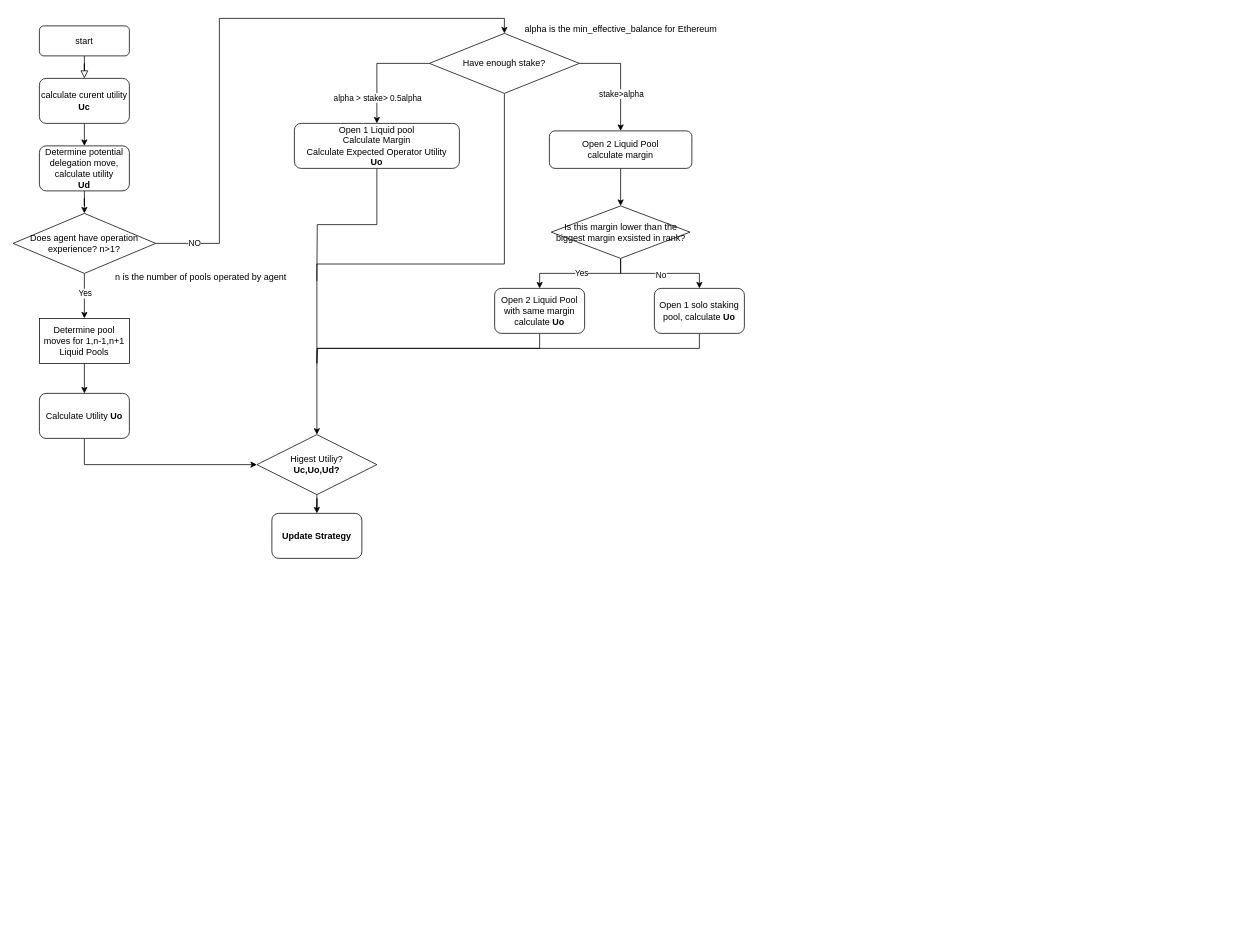
Earlier version of the draw.io diagram flow.drawio (miyinan/Rewards-Sharing-Simulation-Engine). Source tidied: cells renumbered, new cells numbered last; positions are measured from the earlier drawing's top-left corner, leaving out a move shared by most shapes. Both pictures are drawn from the tidied source at 75%, with x=0, y=0 at pixel (13, 18).
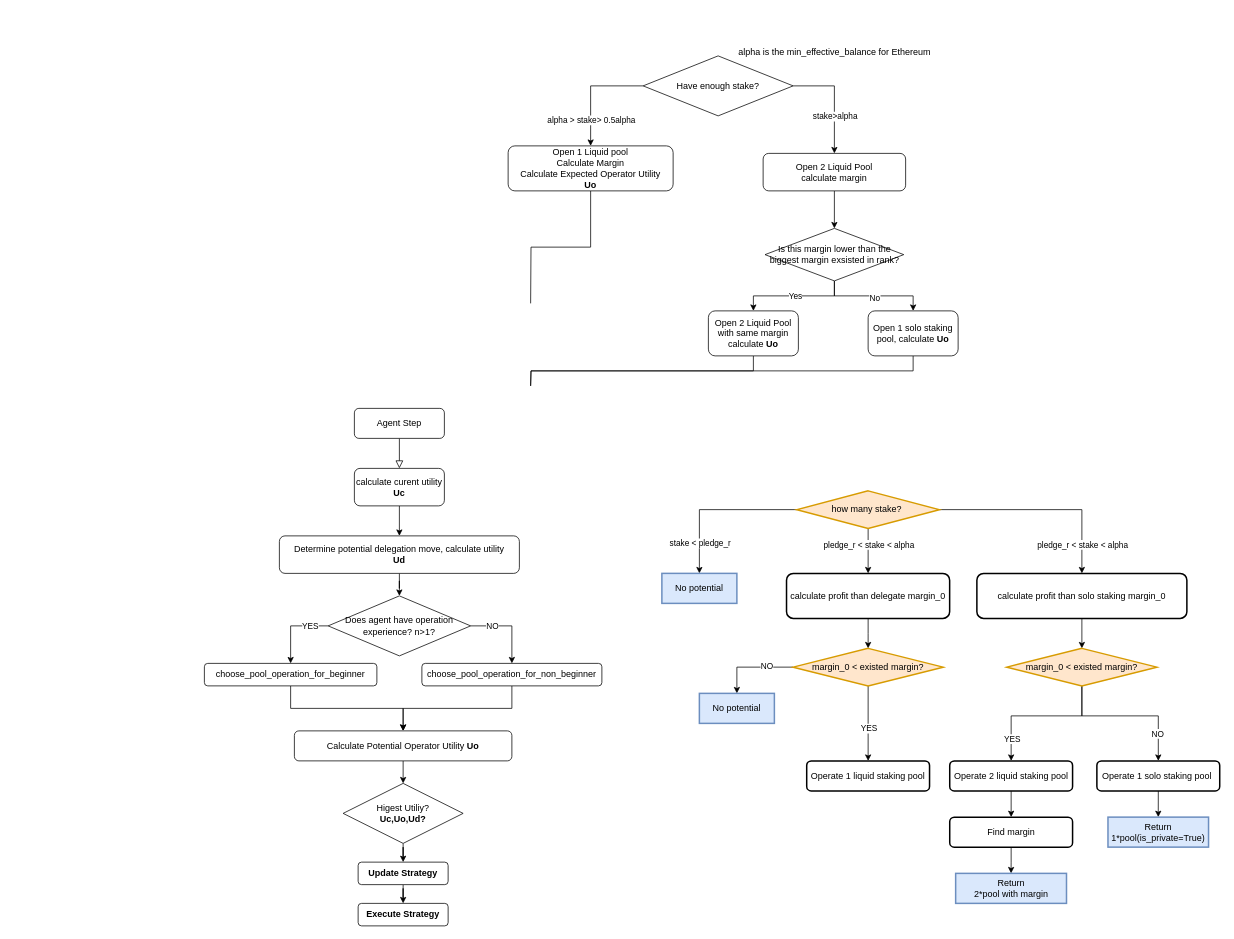
The same page after the edit.

The edit, as a diff of the source:
```diff
@@
-    <mxCell id="3" value="start" style="rounded=1;whiteSpace=wrap;html=1;fontSize=12;glass=0;strokeWidth=1;shadow=0;" parent="1" vertex="1">
-      <mxGeometry x="35" y="10" width="120" height="40" as="geometry" />
+    <mxCell id="3" value="Agent Step" style="rounded=1;whiteSpace=wrap;html=1;fontSize=12;glass=0;strokeWidth=1;shadow=0;" parent="1" vertex="1">
+      <mxGeometry x="455" y="520" width="120" height="40" as="geometry" />
     </mxCell>
@@
     <mxCell id="5" value="calculate curent utility&lt;br&gt;&lt;b&gt;Uc&lt;/b&gt;" style="rounded=1;whiteSpace=wrap;html=1;" parent="1" vertex="1">
-      <mxGeometry x="35" y="80" width="120" height="60" as="geometry" />
+      <mxGeometry x="455" y="600" width="120" height="50" as="geometry" />
     </mxCell>
@@
     <mxCell id="7" value="Determine potential delegation move, calculate utility&lt;br&gt;&lt;b&gt;Ud&lt;/b&gt;" style="rounded=1;whiteSpace=wrap;html=1;" parent="1" vertex="1">
-      <mxGeometry x="35" y="170" width="120" height="60" as="geometry" />
+      <mxGeometry x="355" y="690" width="320" height="50" as="geometry" />
     </mxCell>
-    <mxCell id="8" style="edgeStyle=orthogonalEdgeStyle;rounded=0;jettySize=auto;html=1;" parent="1" edge="1" source="12" target="34">
-      <mxGeometry relative="1" as="geometry" />
-    </mxCell>
-    <mxCell id="9" value="Yes" style="edgeLabel;html=1;align=center;verticalAlign=middle;" parent="8" vertex="1">
-      <mxGeometry x="-0.15" relative="1" as="geometry" />
-    </mxCell>
-    <mxCell id="10" style="edgeStyle=orthogonalEdgeStyle;rounded=0;jettySize=auto;html=1;exitX=1;exitY=0.5;exitDx=0;exitDy=0;entryX=0.5;entryY=0;entryDx=0;entryDy=0;" parent="1" edge="1" source="12" target="18">
-      <mxGeometry relative="1" as="geometry">
-        <Array as="points">
-          <mxPoint x="275" y="300" />
-          <mxPoint x="275" />
-          <mxPoint x="655" />
-        </Array>
-      </mxGeometry>
-    </mxCell>
-    <mxCell id="11" value="NO" style="edgeLabel;html=1;align=center;verticalAlign=middle;" parent="10" vertex="1">
-      <mxGeometry x="-0.87" y="1" relative="1" as="geometry" />
-    </mxCell>
+    <mxCell id="42" style="edgeStyle=orthogonalEdgeStyle;rounded=0;jettySize=auto;html=1;exitX=0;exitY=0.5;exitDx=0;exitDy=0;entryX=0.5;entryY=0;entryDx=0;entryDy=0;" parent="1" edge="1" source="12" target="80">
+      <mxGeometry relative="1" as="geometry" />
+    </mxCell>
+    <mxCell id="43" value="YES" style="edgeLabel;html=1;align=center;verticalAlign=middle;" parent="42" vertex="1">
+      <mxGeometry x="-0.05" y="-1" relative="1" as="geometry">
+        <mxPoint x="23" y="1" as="offset" />
+      </mxGeometry>
+    </mxCell>
+    <mxCell id="44" style="edgeStyle=orthogonalEdgeStyle;rounded=0;jettySize=auto;html=1;exitX=1;exitY=0.5;exitDx=0;exitDy=0;entryX=0.5;entryY=0;entryDx=0;entryDy=0;" parent="1" edge="1" source="12" target="82">
+      <mxGeometry relative="1" as="geometry" />
+    </mxCell>
+    <mxCell id="45" value="NO" style="edgeLabel;html=1;align=center;verticalAlign=middle;" parent="44" vertex="1">
+      <mxGeometry x="-0.61" y="3" relative="1" as="geometry">
+        <mxPoint x="8" y="3" as="offset" />
+      </mxGeometry>
+    </mxCell>
     <mxCell id="12" value="Does agent have operation &lt;br&gt;experience? n&amp;gt;1?" style="rhombus;whiteSpace=wrap;html=1;" parent="1" vertex="1">
-      <mxGeometry y="260" width="190" height="80" as="geometry" />
+      <mxGeometry x="420" y="770" width="190" height="80" as="geometry" />
     </mxCell>
     <mxCell id="13" style="edgeStyle=orthogonalEdgeStyle;rounded=0;jettySize=auto;html=1;entryX=0.5;entryY=0;entryDx=0;entryDy=0;" parent="1" edge="1" source="18" target="22">
       <mxGeometry relative="1" as="geometry">
         <Array as="points">
-          <mxPoint x="485" y="60" />
-          <mxPoint x="485" y="140" />
+          <mxPoint x="770" y="90" />
+          <mxPoint x="770" y="170" />
         </Array>
       </mxGeometry>
     </mxCell>
@@
-    <mxCell id="17" style="edgeStyle=orthogonalEdgeStyle;rounded=0;jettySize=auto;html=1;exitX=0.5;exitY=1;exitDx=0;exitDy=0;entryX=0.5;entryY=0;entryDx=0;entryDy=0;" parent="1" edge="1" source="18" target="38">
-      <mxGeometry relative="1" as="geometry" />
-    </mxCell>
     <mxCell id="18" value="Have enough stake?" style="rhombus;whiteSpace=wrap;html=1;" parent="1" vertex="1">
-      <mxGeometry x="555" y="20" width="200" height="80" as="geometry" />
+      <mxGeometry x="840" y="50" width="200" height="80" as="geometry" />
     </mxCell>
@@
     <mxCell id="20" value="Open 2 Liquid Pool&lt;br&gt;calculate margin" style="rounded=1;whiteSpace=wrap;html=1;" parent="1" vertex="1">
-      <mxGeometry x="715" y="150" width="190" height="50" as="geometry" />
+      <mxGeometry x="1000" y="180" width="190" height="50" as="geometry" />
     </mxCell>
     <mxCell id="21" style="edgeStyle=orthogonalEdgeStyle;rounded=0;jettySize=auto;html=1;exitX=0.5;exitY=1;exitDx=0;exitDy=0;endArrow=none;endFill=0;" parent="1" edge="1" source="22">
       <mxGeometry relative="1" as="geometry">
-        <mxPoint x="405" y="350" as="targetPoint" />
+        <mxPoint x="690" y="380" as="targetPoint" />
       </mxGeometry>
     </mxCell>
     <mxCell id="22" value="&lt;font style=&quot;font-size: 12px;&quot;&gt;&lt;font style=&quot;font-size: 12px;&quot;&gt;Open 1 Liquid pool&lt;br&gt;Calculate Margin&lt;br&gt;Calculate Expected Operator Utility &lt;br&gt;&lt;/font&gt;&lt;b&gt;Uo&lt;/b&gt;&lt;/font&gt;" style="rounded=1;whiteSpace=wrap;html=1;" parent="1" vertex="1">
-      <mxGeometry x="375" y="140" width="220" height="60" as="geometry" />
+      <mxGeometry x="660" y="170" width="220" height="60" as="geometry" />
     </mxCell>
@@
     <mxCell id="27" value="Is this margin lower than the biggest margin exsisted in rank?" style="rhombus;whiteSpace=wrap;html=1;" parent="1" vertex="1">
-      <mxGeometry x="717.5" y="250" width="185" height="70" as="geometry" />
+      <mxGeometry x="1002.5" y="280" width="185" height="70" as="geometry" />
     </mxCell>
     <mxCell id="28" style="edgeStyle=orthogonalEdgeStyle;rounded=0;jettySize=auto;html=1;exitX=0.5;exitY=1;exitDx=0;exitDy=0;horizontal=1;startArrow=none;startFill=0;endArrow=none;endFill=0;" parent="1" edge="1" source="29">
       <mxGeometry relative="1" as="geometry">
-        <mxPoint x="405" y="460" as="targetPoint" />
+        <mxPoint x="690" y="490" as="targetPoint" />
       </mxGeometry>
     </mxCell>
     <mxCell id="29" value="Open 2 Liquid Pool with same margin&lt;br&gt;calculate &lt;b&gt;Uo&lt;/b&gt;" style="rounded=1;whiteSpace=wrap;html=1;" parent="1" vertex="1">
-      <mxGeometry x="642" y="360" width="120" height="60" as="geometry" />
+      <mxGeometry x="927" y="390" width="120" height="60" as="geometry" />
     </mxCell>
     <mxCell id="30" style="edgeStyle=orthogonalEdgeStyle;rounded=0;jettySize=auto;html=1;exitX=0.5;exitY=1;exitDx=0;exitDy=0;endArrow=none;endFill=0;" parent="1" edge="1" source="31">
       <mxGeometry relative="1" as="geometry">
-        <mxPoint x="405" y="460" as="targetPoint" />
+        <mxPoint x="690" y="490" as="targetPoint" />
       </mxGeometry>
     </mxCell>
     <mxCell id="31" value="Open 1 solo staking pool, calculate &lt;b&gt;Uo&lt;/b&gt;" style="rounded=1;whiteSpace=wrap;html=1;" parent="1" vertex="1">
-      <mxGeometry x="855" y="360" width="120" height="60" as="geometry" />
+      <mxGeometry x="1140" y="390" width="120" height="60" as="geometry" />
     </mxCell>
     <mxCell id="32" style="edgeStyle=orthogonalEdgeStyle;rounded=0;orthogonalLoop=1;jettySize=auto;html=1;entryX=0.5;entryY=0;entryDx=0;entryDy=0;" parent="1" edge="1">
       <mxGeometry relative="1" as="geometry">
-        <mxPoint x="95" y="380" as="sourcePoint" />
-        <mxPoint x="95" y="380" as="targetPoint" />
+        <mxPoint x="515" y="890" as="sourcePoint" />
+        <mxPoint x="515" y="890" as="targetPoint" />
       </mxGeometry>
     </mxCell>
-    <mxCell id="33" style="edgeStyle=orthogonalEdgeStyle;rounded=0;jettySize=auto;html=1;" parent="1" edge="1" source="34" target="36">
-      <mxGeometry relative="1" as="geometry" />
-    </mxCell>
-    <mxCell id="34" value="Determine pool moves for 1,n-1,n+1 Liquid Pools" style="whiteSpace=wrap;html=1;" parent="1" vertex="1">
-      <mxGeometry x="35" y="400" width="120" height="60" as="geometry" />
-    </mxCell>
-    <mxCell id="35" style="edgeStyle=orthogonalEdgeStyle;rounded=0;jettySize=auto;html=1;exitX=0.5;exitY=1;exitDx=0;exitDy=0;entryX=0;entryY=0.5;entryDx=0;entryDy=0;" parent="1" edge="1" source="36" target="38">
+    <mxCell id="35" style="edgeStyle=orthogonalEdgeStyle;rounded=0;jettySize=auto;html=1;exitX=0.5;exitY=1;exitDx=0;exitDy=0;entryX=0.5;entryY=0;entryDx=0;entryDy=0;" parent="1" edge="1" source="36" target="38">
       <mxGeometry relative="1" as="geometry" />
     </mxCell>
-    <mxCell id="36" value="Calculate Utility &lt;b&gt;Uo&lt;/b&gt;" style="rounded=1;whiteSpace=wrap;html=1;" parent="1" vertex="1">
-      <mxGeometry x="35" y="500" width="120" height="60" as="geometry" />
+    <mxCell id="36" value="Calculate Potential Operator Utility &lt;b&gt;Uo&lt;/b&gt;" style="rounded=1;whiteSpace=wrap;html=1;" parent="1" vertex="1">
+      <mxGeometry x="375" y="950" width="290" height="40" as="geometry" />
     </mxCell>
-    <mxCell id="37" style="edgeStyle=orthogonalEdgeStyle;rounded=0;jettySize=auto;html=1;" parent="1" edge="1" source="38" target="41">
+    <mxCell id="37" style="edgeStyle=orthogonalEdgeStyle;rounded=0;jettySize=auto;html=1;exitX=0.5;exitY=1;exitDx=0;exitDy=0;" parent="1" edge="1" source="38" target="41">
       <mxGeometry relative="1" as="geometry" />
     </mxCell>
     <mxCell id="38" value="Higest Utiliy?&lt;br&gt;&lt;b&gt;Uc,Uo,Ud?&lt;/b&gt;" style="rhombus;whiteSpace=wrap;html=1;" parent="1" vertex="1">
-      <mxGeometry x="325" y="555" width="160" height="80" as="geometry" />
+      <mxGeometry x="440" y="1020" width="160" height="80" as="geometry" />
     </mxCell>
     <mxCell id="39" value="alpha is the min_effective_balance for Ethereum" style="text;html=1;align=center;verticalAlign=middle;strokeColor=none;fillColor=none;" parent="1" vertex="1">
-      <mxGeometry x="670" width="280" height="30" as="geometry" />
+      <mxGeometry x="955" y="30" width="280" height="30" as="geometry" />
     </mxCell>
-    <mxCell id="40" value="n is the number of pools operated by agent" style="text;html=1;align=center;verticalAlign=middle;strokeColor=none;fillColor=none;" parent="1" vertex="1">
-      <mxGeometry x="125" y="330" width="250" height="30" as="geometry" />
-    </mxCell>
+    <mxCell id="46" style="edgeStyle=orthogonalEdgeStyle;rounded=0;jettySize=auto;html=1;exitX=0.5;exitY=1;exitDx=0;exitDy=0;" parent="1" edge="1" source="41" target="83">
+      <mxGeometry relative="1" as="geometry" />
+    </mxCell>
     <mxCell id="41" value="&lt;b&gt;Update Strategy&lt;/b&gt;" style="rounded=1;whiteSpace=wrap;html=1;" parent="1" vertex="1">
-      <mxGeometry x="345" y="660" width="120" height="60" as="geometry" />
+      <mxGeometry x="460" y="1125" width="120" height="30" as="geometry" />
     </mxCell>
+    <mxCell id="47" style="edgeStyle=orthogonalEdgeStyle;rounded=0;jettySize=auto;html=1;" parent="1" edge="1" source="53" target="54">
+      <mxGeometry relative="1" as="geometry" />
+    </mxCell>
+    <mxCell id="48" value="stake &amp;lt; pledge_r" style="edgeLabel;html=1;align=center;verticalAlign=middle;" parent="47" vertex="1">
+      <mxGeometry x="0.62" relative="1" as="geometry" />
+    </mxCell>
+    <mxCell id="49" style="edgeStyle=orthogonalEdgeStyle;rounded=0;jettySize=auto;html=1;exitX=0.5;exitY=1;exitDx=0;exitDy=0;exitPerimeter=0;" parent="1" edge="1" source="53" target="56">
+      <mxGeometry relative="1" as="geometry" />
+    </mxCell>
+    <mxCell id="50" value="pledge_r &amp;lt; stake &amp;lt; alpha" style="edgeLabel;html=1;align=center;verticalAlign=middle;" parent="49" vertex="1">
+      <mxGeometry x="-0.29" relative="1" as="geometry" />
+    </mxCell>
+    <mxCell id="51" style="edgeStyle=orthogonalEdgeStyle;rounded=0;jettySize=auto;html=1;exitX=1;exitY=0.5;exitDx=0;exitDy=0;exitPerimeter=0;entryX=0.5;entryY=0;entryDx=0;entryDy=0;" parent="1" edge="1" source="53" target="58">
+      <mxGeometry relative="1" as="geometry" />
+    </mxCell>
+    <mxCell id="52" value="pledge_r &amp;lt; stake &amp;lt; alpha" style="edgeLabel;html=1;align=center;verticalAlign=middle;" parent="51" vertex="1">
+      <mxGeometry x="0.54" y="-3" relative="1" as="geometry">
+        <mxPoint x="3" y="24" as="offset" />
+      </mxGeometry>
+    </mxCell>
+    <mxCell id="53" value="how many stake?&amp;nbsp;" style="strokeWidth=2;html=1;shape=mxgraph.flowchart.decision;whiteSpace=wrap;fillColor=#ffe6cc;strokeColor=#d79b00;" parent="1" vertex="1">
+      <mxGeometry x="1045" y="630" width="190" height="50" as="geometry" />
+    </mxCell>
+    <mxCell id="54" value="No potential" style="whiteSpace=wrap;html=1;strokeWidth=2;fillColor=#dae8fc;strokeColor=#6c8ebf;" parent="1" vertex="1">
+      <mxGeometry x="865" y="740" width="100" height="40" as="geometry" />
+    </mxCell>
+    <mxCell id="55" style="edgeStyle=orthogonalEdgeStyle;rounded=0;jettySize=auto;html=1;" parent="1" edge="1" source="56" target="63">
+      <mxGeometry relative="1" as="geometry" />
+    </mxCell>
+    <mxCell id="56" value="calculate profit than delegate margin_0" style="whiteSpace=wrap;html=1;strokeWidth=2;rounded=1;" parent="1" vertex="1">
+      <mxGeometry x="1031.2" y="740" width="217.5" height="60" as="geometry" />
+    </mxCell>
+    <mxCell id="57" style="edgeStyle=orthogonalEdgeStyle;rounded=0;jettySize=auto;html=1;entryX=0.5;entryY=0;entryDx=0;entryDy=0;entryPerimeter=0;" parent="1" edge="1" source="58" target="68">
+      <mxGeometry relative="1" as="geometry" />
+    </mxCell>
+    <mxCell id="58" value="calculate profit than solo staking margin_0" style="whiteSpace=wrap;html=1;strokeWidth=2;rounded=1;" parent="1" vertex="1">
+      <mxGeometry x="1285" y="740" width="280" height="60" as="geometry" />
+    </mxCell>
+    <mxCell id="59" style="edgeStyle=orthogonalEdgeStyle;rounded=0;jettySize=auto;html=1;" parent="1" edge="1" source="63" target="70">
+      <mxGeometry relative="1" as="geometry" />
+    </mxCell>
+    <mxCell id="60" value="NO" style="edgeLabel;html=1;align=center;verticalAlign=middle;" parent="59" vertex="1">
+      <mxGeometry x="-0.34" y="-2" relative="1" as="geometry" />
+    </mxCell>
+    <mxCell id="61" style="edgeStyle=orthogonalEdgeStyle;rounded=0;jettySize=auto;html=1;" parent="1" edge="1" source="63" target="69">
+      <mxGeometry relative="1" as="geometry" />
+    </mxCell>
+    <mxCell id="62" value="YES" style="edgeLabel;html=1;align=center;verticalAlign=middle;" parent="61" vertex="1">
+      <mxGeometry x="0.2" y="3" relative="1" as="geometry">
+        <mxPoint x="-3" y="-4" as="offset" />
+      </mxGeometry>
+    </mxCell>
+    <mxCell id="63" value="margin_0 &amp;lt; existed margin?" style="strokeWidth=2;html=1;shape=mxgraph.flowchart.decision;whiteSpace=wrap;fillColor=#ffe6cc;strokeColor=#d79b00;" parent="1" vertex="1">
+      <mxGeometry x="1040" y="840" width="200" height="50" as="geometry" />
+    </mxCell>
+    <mxCell id="64" style="edgeStyle=orthogonalEdgeStyle;rounded=0;jettySize=auto;html=1;entryX=0.5;entryY=0;entryDx=0;entryDy=0;" parent="1" edge="1" source="68" target="72">
+      <mxGeometry relative="1" as="geometry">
+        <Array as="points">
+          <mxPoint x="1425" y="930" />
+          <mxPoint x="1331" y="930" />
+        </Array>
+      </mxGeometry>
+    </mxCell>
+    <mxCell id="65" value="YES" style="edgeLabel;html=1;align=center;verticalAlign=middle;" parent="64" vertex="1">
+      <mxGeometry x="-0.26" y="2" relative="1" as="geometry">
+        <mxPoint x="-62" y="28" as="offset" />
+      </mxGeometry>
+    </mxCell>
+    <mxCell id="66" style="edgeStyle=orthogonalEdgeStyle;rounded=0;jettySize=auto;html=1;exitX=0.5;exitY=1;exitDx=0;exitDy=0;exitPerimeter=0;entryX=0.5;entryY=0;entryDx=0;entryDy=0;" parent="1" edge="1" source="68" target="74">
+      <mxGeometry relative="1" as="geometry">
+        <Array as="points">
+          <mxPoint x="1425" y="930" />
+          <mxPoint x="1527" y="930" />
+        </Array>
+      </mxGeometry>
+    </mxCell>
+    <mxCell id="67" value="NO" style="edgeLabel;html=1;align=center;verticalAlign=middle;" parent="66" vertex="1">
+      <mxGeometry x="0.63" y="-1" relative="1" as="geometry" />
+    </mxCell>
+    <mxCell id="68" value="margin_0 &amp;lt; existed margin?" style="strokeWidth=2;html=1;shape=mxgraph.flowchart.decision;whiteSpace=wrap;fillColor=#ffe6cc;strokeColor=#d79b00;" parent="1" vertex="1">
+      <mxGeometry x="1325" y="840" width="200" height="50" as="geometry" />
+    </mxCell>
+    <mxCell id="69" value="Operate 1 liquid staking pool" style="whiteSpace=wrap;html=1;strokeWidth=2;rounded=1;" parent="1" vertex="1">
+      <mxGeometry x="1058.1" y="990" width="163.8" height="40" as="geometry" />
+    </mxCell>
+    <mxCell id="70" value="No potential" style="whiteSpace=wrap;html=1;strokeWidth=2;rounded=0;fillColor=#dae8fc;strokeColor=#6c8ebf;" parent="1" vertex="1">
+      <mxGeometry x="915" y="900" width="100" height="40" as="geometry" />
+    </mxCell>
+    <mxCell id="71" style="edgeStyle=orthogonalEdgeStyle;rounded=0;jettySize=auto;html=1;exitX=0.5;exitY=1;exitDx=0;exitDy=0;entryX=0.5;entryY=0;entryDx=0;entryDy=0;" parent="1" edge="1" source="72" target="76">
+      <mxGeometry relative="1" as="geometry" />
+    </mxCell>
+    <mxCell id="72" value="Operate 2 liquid staking pool" style="whiteSpace=wrap;html=1;strokeWidth=2;rounded=1;" parent="1" vertex="1">
+      <mxGeometry x="1248.8" y="990" width="163.8" height="40" as="geometry" />
+    </mxCell>
+    <mxCell id="73" style="edgeStyle=orthogonalEdgeStyle;rounded=0;jettySize=auto;html=1;exitX=0.5;exitY=1;exitDx=0;exitDy=0;entryX=0.5;entryY=0;entryDx=0;entryDy=0;" parent="1" edge="1" source="74" target="78">
+      <mxGeometry relative="1" as="geometry" />
+    </mxCell>
+    <mxCell id="74" value="Operate 1 solo staking pool&amp;nbsp;" style="whiteSpace=wrap;html=1;strokeWidth=2;rounded=1;" parent="1" vertex="1">
+      <mxGeometry x="1445" y="990" width="163.8" height="40" as="geometry" />
+    </mxCell>
+    <mxCell id="75" style="edgeStyle=orthogonalEdgeStyle;rounded=0;jettySize=auto;html=1;exitX=0.5;exitY=1;exitDx=0;exitDy=0;" parent="1" edge="1" source="76" target="77">
+      <mxGeometry relative="1" as="geometry" />
+    </mxCell>
+    <mxCell id="76" value="Find margin" style="whiteSpace=wrap;html=1;strokeWidth=2;rounded=1;" parent="1" vertex="1">
+      <mxGeometry x="1248.8" y="1065" width="163.8" height="40" as="geometry" />
+    </mxCell>
+    <mxCell id="77" value="Return&lt;br&gt;2*pool with margin" style="whiteSpace=wrap;html=1;strokeWidth=2;rounded=0;fillColor=#dae8fc;strokeColor=#6c8ebf;" parent="1" vertex="1">
+      <mxGeometry x="1256.7" y="1140" width="147.8" height="40" as="geometry" />
+    </mxCell>
+    <mxCell id="78" value="Return&lt;br&gt;1*pool(is_private=True)" style="whiteSpace=wrap;html=1;strokeWidth=2;rounded=0;fillColor=#dae8fc;strokeColor=#6c8ebf;" parent="1" vertex="1">
+      <mxGeometry x="1459.8" y="1065" width="134.1" height="40" as="geometry" />
+    </mxCell>
+    <mxCell id="79" style="edgeStyle=orthogonalEdgeStyle;rounded=0;jettySize=auto;html=1;entryX=0.5;entryY=0;entryDx=0;entryDy=0;" parent="1" edge="1" source="80" target="36">
+      <mxGeometry relative="1" as="geometry" />
+    </mxCell>
+    <mxCell id="80" value="choose_pool_operation_for_beginner" style="rounded=1;whiteSpace=wrap;html=1;align=center;" parent="1" vertex="1">
+      <mxGeometry x="255" y="860" width="230" height="30" as="geometry" />
+    </mxCell>
+    <mxCell id="81" style="edgeStyle=orthogonalEdgeStyle;rounded=0;jettySize=auto;html=1;exitX=0.5;exitY=1;exitDx=0;exitDy=0;entryX=0.5;entryY=0;entryDx=0;entryDy=0;" parent="1" edge="1" source="82" target="36">
+      <mxGeometry relative="1" as="geometry" />
+    </mxCell>
+    <mxCell id="82" value="choose_pool_operation_for_non_beginner" style="rounded=1;whiteSpace=wrap;html=1;align=center;" parent="1" vertex="1">
+      <mxGeometry x="545" y="860" width="240" height="30" as="geometry" />
+    </mxCell>
+    <mxCell id="83" value="&lt;b&gt;Execute Strategy&lt;/b&gt;" style="rounded=1;whiteSpace=wrap;html=1;" parent="1" vertex="1">
+      <mxGeometry x="460" y="1180" width="120" height="30" as="geometry" />
+    </mxCell>
```
